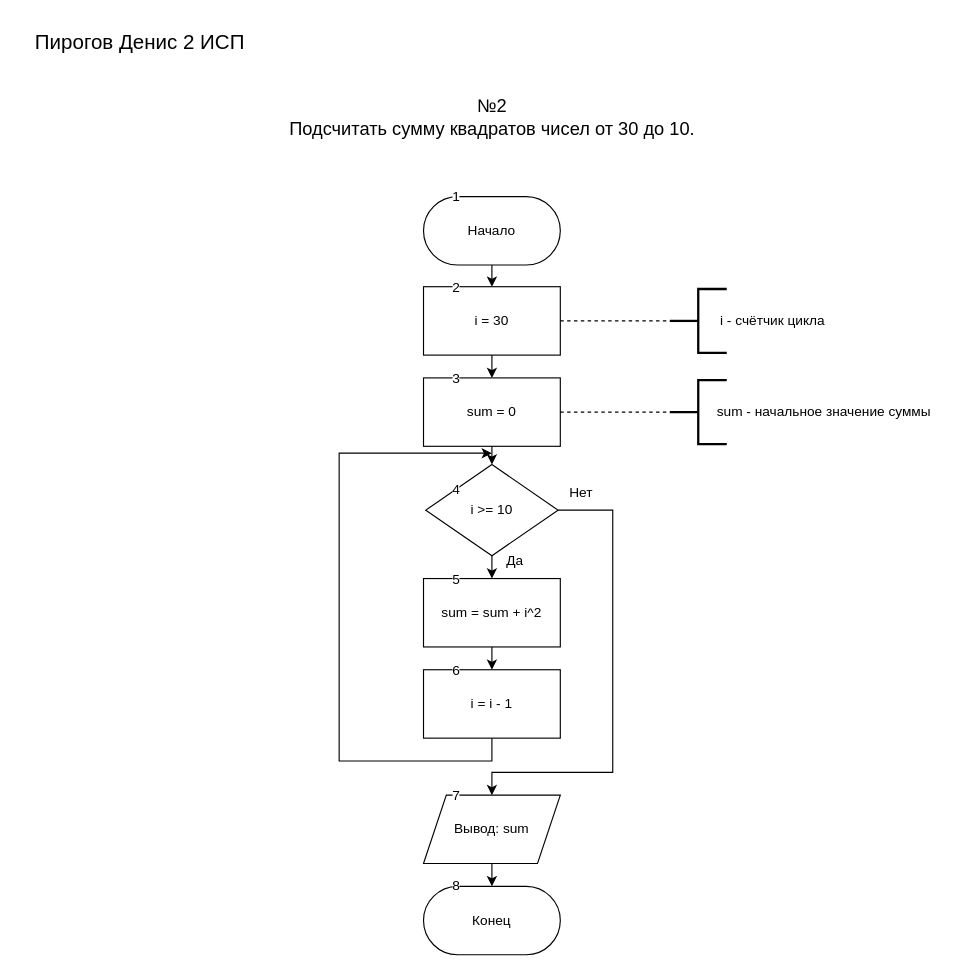
This is page "вариант 2 задание 2 (+)" (1 of 7) of pr2 and pr3/pr2.drawio from DeFis33/pr, a draw.io file, before an edit. Source tidied: cells renumbered, new cells numbered last; positions are measured from the earlier drawing's top-left corner, leaving out a move shared by most shapes. Both pictures are drawn from the tidied source at 114%, with x=0, y=0 at pixel (19, 19).
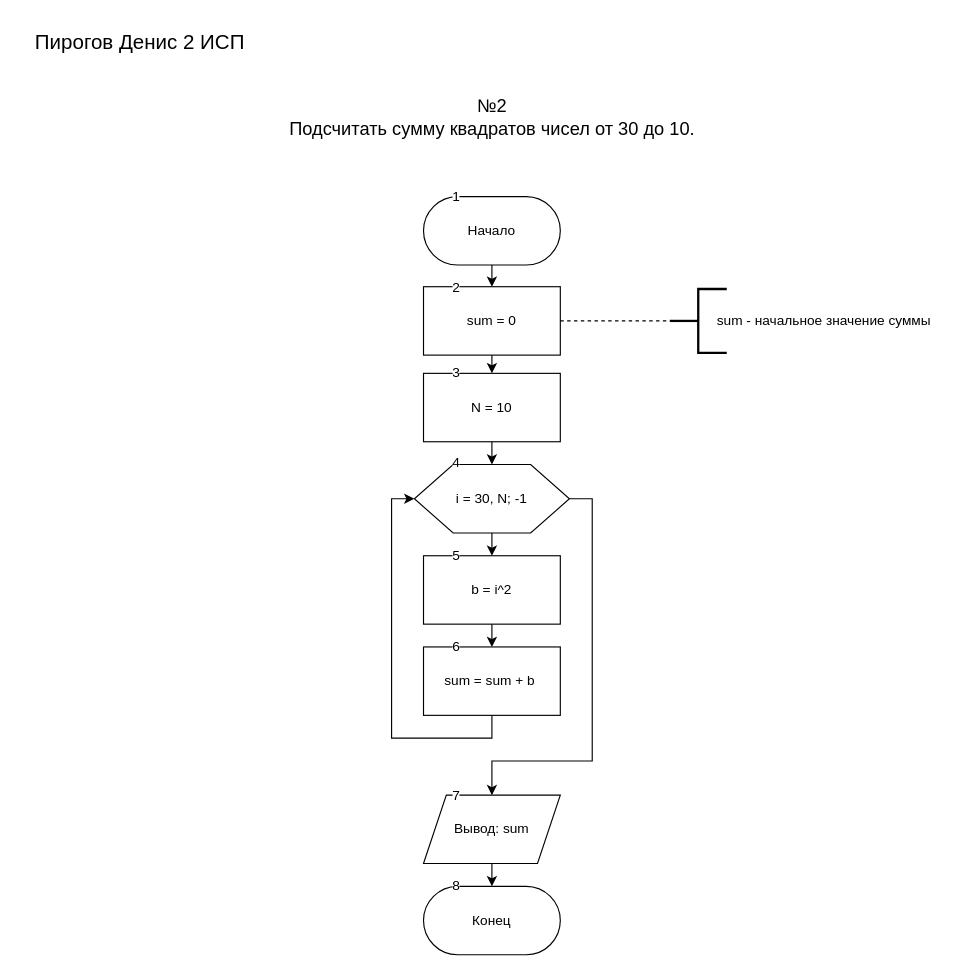
The same diagram, later.

The change refers to these unchanged cells:
```xml
<mxCell id="3" value="Начало" style="rounded=1;whiteSpace=wrap;html=1;arcSize=50;" parent="1" vertex="1">
  <mxGeometry x="354" y="155" width="120" height="60" as="geometry" />
</mxCell>
<mxCell id="6" value="Вывод: sum" style="shape=parallelogram;perimeter=parallelogramPerimeter;whiteSpace=wrap;html=1;fixedSize=1;" parent="1" vertex="1">
  <mxGeometry x="354" y="680" width="120" height="60" as="geometry" />
</mxCell>
```

What changed in the source:
```diff
@@
-    <mxCell id="2" style="edgeStyle=orthogonalEdgeStyle;rounded=0;jettySize=auto;html=1;exitX=0.5;exitY=1;exitDx=0;exitDy=0;entryX=0.5;entryY=0;entryDx=0;entryDy=0;" parent="1" edge="1" source="3" target="8">
-      <mxGeometry relative="1" as="geometry" />
-    </mxCell>
+    <mxCell id="36" style="edgeStyle=orthogonalEdgeStyle;rounded=0;jettySize=auto;html=1;exitX=0.5;exitY=1;exitDx=0;exitDy=0;entryX=0.5;entryY=0;entryDx=0;entryDy=0;" parent="1" edge="1" source="3" target="10">
+      <mxGeometry relative="1" as="geometry" />
+    </mxCell>
@@
-    <mxCell id="7" style="edgeStyle=orthogonalEdgeStyle;rounded=0;jettySize=auto;html=1;exitX=0.5;exitY=1;exitDx=0;exitDy=0;entryX=0.5;entryY=0;entryDx=0;entryDy=0;" parent="1" edge="1" source="8" target="10">
-      <mxGeometry relative="1" as="geometry" />
-    </mxCell>
-    <mxCell id="8" value="i = 30" style="rounded=0;whiteSpace=wrap;html=1;" parent="1" vertex="1">
-      <mxGeometry x="354" y="234" width="120" height="60" as="geometry" />
-    </mxCell>
-    <mxCell id="9" style="edgeStyle=orthogonalEdgeStyle;rounded=0;jettySize=auto;html=1;exitX=0.5;exitY=1;exitDx=0;exitDy=0;entryX=0.5;entryY=0;entryDx=0;entryDy=0;" parent="1" edge="1" source="10" target="13">
-      <mxGeometry relative="1" as="geometry" />
-    </mxCell>
+    <mxCell id="37" style="edgeStyle=orthogonalEdgeStyle;rounded=0;jettySize=auto;html=1;exitX=0.5;exitY=1;exitDx=0;exitDy=0;entryX=0.5;entryY=0;entryDx=0;entryDy=0;" parent="1" edge="1" source="10" target="42">
+      <mxGeometry relative="1" as="geometry" />
+    </mxCell>
     <mxCell id="10" value="sum = 0" style="rounded=0;whiteSpace=wrap;html=1;" parent="1" vertex="1">
-      <mxGeometry x="354" y="314" width="120" height="60" as="geometry" />
+      <mxGeometry x="354" y="234" width="120" height="60" as="geometry" />
     </mxCell>
-    <mxCell id="11" style="edgeStyle=orthogonalEdgeStyle;rounded=0;jettySize=auto;html=1;exitX=0.5;exitY=1;exitDx=0;exitDy=0;entryX=0.5;entryY=0;entryDx=0;entryDy=0;" parent="1" edge="1" source="13" target="19">
-      <mxGeometry relative="1" as="geometry" />
-    </mxCell>
-    <mxCell id="12" style="edgeStyle=orthogonalEdgeStyle;rounded=0;jettySize=auto;html=1;exitX=1;exitY=0.5;exitDx=0;exitDy=0;entryX=0.5;entryY=0;entryDx=0;entryDy=0;" parent="1" edge="1" source="13" target="6">
-      <mxGeometry relative="1" as="geometry">
-        <Array as="points">
-          <mxPoint x="520" y="430" />
-          <mxPoint x="520" y="660" />
-          <mxPoint x="414" y="660" />
-        </Array>
-      </mxGeometry>
-    </mxCell>
-    <mxCell id="13" value="i &amp;gt;= 10" style="rhombus;whiteSpace=wrap;html=1;" parent="1" vertex="1">
-      <mxGeometry x="356" y="390" width="116" height="80" as="geometry" />
-    </mxCell>
@@
-    <mxCell id="15" value="2" style="text;html=1;strokeColor=none;fillColor=none;align=center;verticalAlign=middle;whiteSpace=wrap;rounded=0;labelBackgroundColor=default;" parent="1" vertex="1">
-      <mxGeometry x="368" y="220" width="30" height="30" as="geometry" />
-    </mxCell>
-    <mxCell id="16" value="3" style="text;html=1;strokeColor=none;fillColor=none;align=center;verticalAlign=middle;whiteSpace=wrap;rounded=0;labelBackgroundColor=default;" parent="1" vertex="1">
-      <mxGeometry x="368" y="300" width="30" height="30" as="geometry" />
+    <mxCell id="16" value="2" style="text;html=1;strokeColor=none;fillColor=none;align=center;verticalAlign=middle;whiteSpace=wrap;rounded=0;labelBackgroundColor=default;" parent="1" vertex="1">
+      <mxGeometry x="368" y="220" width="30" height="30" as="geometry" />
     </mxCell>
-    <mxCell id="17" value="4" style="text;html=1;strokeColor=none;fillColor=none;align=center;verticalAlign=middle;whiteSpace=wrap;rounded=0;labelBackgroundColor=default;" parent="1" vertex="1">
-      <mxGeometry x="368" y="397" width="30" height="30" as="geometry" />
-    </mxCell>
-    <mxCell id="18" style="edgeStyle=orthogonalEdgeStyle;rounded=0;jettySize=auto;html=1;exitX=0.5;exitY=1;exitDx=0;exitDy=0;entryX=0.5;entryY=0;entryDx=0;entryDy=0;" parent="1" edge="1" source="19" target="21">
-      <mxGeometry relative="1" as="geometry" />
-    </mxCell>
-    <mxCell id="19" value="sum = sum + i^2" style="rounded=0;whiteSpace=wrap;html=1;" parent="1" vertex="1">
-      <mxGeometry x="354" y="490" width="120" height="60" as="geometry" />
-    </mxCell>
-    <mxCell id="20" style="edgeStyle=orthogonalEdgeStyle;rounded=0;jettySize=auto;html=1;exitX=0.5;exitY=1;exitDx=0;exitDy=0;" parent="1" edge="1" source="21">
-      <mxGeometry relative="1" as="geometry">
-        <mxPoint x="414" y="380" as="targetPoint" />
-        <Array as="points">
-          <mxPoint x="414" y="650" />
-          <mxPoint x="280" y="650" />
-          <mxPoint x="280" y="380" />
-        </Array>
-      </mxGeometry>
-    </mxCell>
-    <mxCell id="21" value="i = i - 1" style="rounded=0;whiteSpace=wrap;html=1;" parent="1" vertex="1">
-      <mxGeometry x="354" y="570" width="120" height="60" as="geometry" />
-    </mxCell>
-    <mxCell id="22" value="6" style="text;html=1;strokeColor=none;fillColor=none;align=center;verticalAlign=middle;whiteSpace=wrap;rounded=0;labelBackgroundColor=default;" parent="1" vertex="1">
-      <mxGeometry x="368" y="556" width="30" height="30" as="geometry" />
-    </mxCell>
-    <mxCell id="23" value="5" style="text;html=1;strokeColor=none;fillColor=none;align=center;verticalAlign=middle;whiteSpace=wrap;rounded=0;labelBackgroundColor=default;" parent="1" vertex="1">
-      <mxGeometry x="368" y="476" width="30" height="30" as="geometry" />
-    </mxCell>
-    <mxCell id="24" value="Да" style="text;html=1;align=center;verticalAlign=middle;strokeColor=none;fillColor=none;" parent="1" vertex="1">
-      <mxGeometry x="414" y="460" width="40" height="30" as="geometry" />
-    </mxCell>
-    <mxCell id="25" value="Нет" style="text;html=1;align=center;verticalAlign=middle;strokeColor=none;fillColor=none;" parent="1" vertex="1">
-      <mxGeometry x="472" y="400" width="40" height="30" as="geometry" />
-    </mxCell>
@@
-    <mxCell id="28" style="strokeWidth=2;html=1;shape=mxgraph.flowchart.annotation_2;align=left;labelPosition=right;" parent="1" vertex="1">
-      <mxGeometry x="570" y="236" width="50" height="56" as="geometry" />
-    </mxCell>
-    <mxCell id="29" style="endArrow=none;dashed=1;html=1;rounded=0;exitX=1;exitY=0.5;exitDx=0;exitDy=0;entryX=0;entryY=0.5;entryDx=0;entryDy=0;entryPerimeter=0;" parent="1" edge="1" source="8" target="28">
-      <mxGeometry relative="1" as="geometry" />
-    </mxCell>
-    <mxCell id="30" value="i - счётчик цикла" style="text;html=1;align=center;verticalAlign=middle;strokeColor=none;fillColor=none;" parent="1" vertex="1">
-      <mxGeometry x="600" y="249" width="120" height="30" as="geometry" />
-    </mxCell>
     <mxCell id="31" style="strokeWidth=2;html=1;shape=mxgraph.flowchart.annotation_2;align=left;labelPosition=right;" parent="1" vertex="1">
-      <mxGeometry x="570" y="316" width="50" height="56" as="geometry" />
+      <mxGeometry x="570" y="236" width="50" height="56" as="geometry" />
     </mxCell>
@@
     <mxCell id="33" value="sum - начальное значение суммы" style="text;html=1;align=center;verticalAlign=middle;strokeColor=none;fillColor=none;" parent="1" vertex="1">
-      <mxGeometry x="600" y="329" width="210" height="30" as="geometry" />
+      <mxGeometry x="600" y="249" width="210" height="30" as="geometry" />
     </mxCell>
@@
+    <mxCell id="38" style="edgeStyle=orthogonalEdgeStyle;rounded=0;jettySize=auto;html=1;exitX=0.5;exitY=1;exitDx=0;exitDy=0;entryX=0.5;entryY=0;entryDx=0;entryDy=0;" parent="1" edge="1" source="40" target="45">
+      <mxGeometry relative="1" as="geometry" />
+    </mxCell>
+    <mxCell id="39" style="edgeStyle=orthogonalEdgeStyle;rounded=0;jettySize=auto;html=1;exitX=1;exitY=0.5;exitDx=0;exitDy=0;entryX=0.5;entryY=0;entryDx=0;entryDy=0;" parent="1" edge="1" source="40" target="6">
+      <mxGeometry relative="1" as="geometry">
+        <Array as="points">
+          <mxPoint x="502" y="420" />
+          <mxPoint x="502" y="650" />
+          <mxPoint x="414" y="650" />
+        </Array>
+      </mxGeometry>
+    </mxCell>
+    <mxCell id="40" value="i = 30, N; -1" style="shape=hexagon;perimeter=hexagonPerimeter2;whiteSpace=wrap;html=1;fixedSize=1;size=34;" parent="1" vertex="1">
+      <mxGeometry x="346" y="390" width="136" height="60" as="geometry" />
+    </mxCell>
+    <mxCell id="41" style="edgeStyle=orthogonalEdgeStyle;rounded=0;jettySize=auto;html=1;exitX=0.5;exitY=1;exitDx=0;exitDy=0;entryX=0.5;entryY=0;entryDx=0;entryDy=0;" parent="1" edge="1" source="42" target="40">
+      <mxGeometry relative="1" as="geometry" />
+    </mxCell>
+    <mxCell id="42" value="N = 10" style="rounded=0;whiteSpace=wrap;html=1;" parent="1" vertex="1">
+      <mxGeometry x="354" y="310" width="120" height="60" as="geometry" />
+    </mxCell>
+    <mxCell id="43" value="3" style="text;html=1;strokeColor=none;fillColor=none;align=center;verticalAlign=middle;whiteSpace=wrap;rounded=0;labelBackgroundColor=default;" parent="1" vertex="1">
+      <mxGeometry x="368" y="295" width="30" height="30" as="geometry" />
+    </mxCell>
+    <mxCell id="17" value="4" style="text;html=1;strokeColor=none;fillColor=none;align=center;verticalAlign=middle;whiteSpace=wrap;rounded=0;labelBackgroundColor=default;" parent="1" vertex="1">
+      <mxGeometry x="368" y="374" width="30" height="30" as="geometry" />
+    </mxCell>
+    <mxCell id="44" style="edgeStyle=orthogonalEdgeStyle;rounded=0;jettySize=auto;html=1;exitX=0.5;exitY=1;exitDx=0;exitDy=0;entryX=0.5;entryY=0;entryDx=0;entryDy=0;" parent="1" edge="1" source="45" target="47">
+      <mxGeometry relative="1" as="geometry" />
+    </mxCell>
+    <mxCell id="45" value="b = i^2" style="rounded=0;whiteSpace=wrap;html=1;" parent="1" vertex="1">
+      <mxGeometry x="354" y="470" width="120" height="60" as="geometry" />
+    </mxCell>
+    <mxCell id="46" style="edgeStyle=orthogonalEdgeStyle;rounded=0;jettySize=auto;html=1;exitX=0.5;exitY=1;exitDx=0;exitDy=0;entryX=0;entryY=0.5;entryDx=0;entryDy=0;" parent="1" edge="1" source="47" target="40">
+      <mxGeometry relative="1" as="geometry" />
+    </mxCell>
+    <mxCell id="47" value="sum = sum + b&amp;nbsp;" style="rounded=0;whiteSpace=wrap;html=1;" parent="1" vertex="1">
+      <mxGeometry x="354" y="550" width="120" height="60" as="geometry" />
+    </mxCell>
+    <mxCell id="23" value="5" style="text;html=1;strokeColor=none;fillColor=none;align=center;verticalAlign=middle;whiteSpace=wrap;rounded=0;labelBackgroundColor=default;" parent="1" vertex="1">
+      <mxGeometry x="368" y="455" width="30" height="30" as="geometry" />
+    </mxCell>
+    <mxCell id="22" value="6" style="text;html=1;strokeColor=none;fillColor=none;align=center;verticalAlign=middle;whiteSpace=wrap;rounded=0;labelBackgroundColor=default;" parent="1" vertex="1">
+      <mxGeometry x="368" y="535" width="30" height="30" as="geometry" />
+    </mxCell>
```
